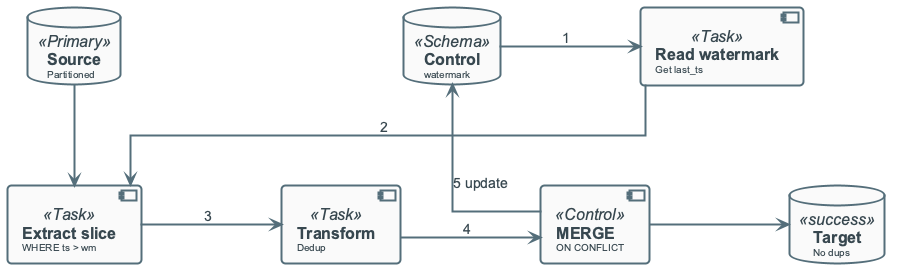
Earlier version of the PlantUML export diagrams/week04/week4_practice_slide18_incremental_rerun.png (OrPerets/data-engineering-course).
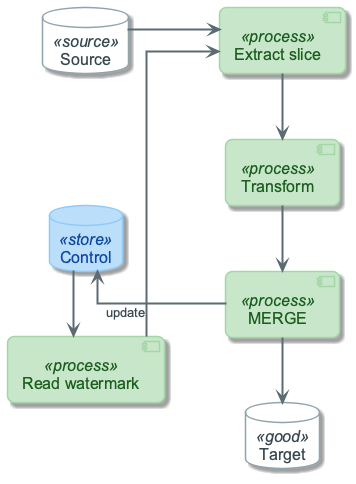
After the commit.

The edit, as a diff of the source:
```diff
@@ -1,29 +1,25 @@
 @startuml
+!include ../_template_styles.puml
+!include _week4_visual_style.puml
 
-!include ../_template_styles.puml
+left to right direction
+skinparam nodesep 65
+skinparam ranksep 55
 
-top to bottom direction
+database "Control" as CTRL <<store>>
+component "Read watermark" as READ <<process>>
+database "Source" as SRC <<source>>
+component "Extract slice" as EXTRACT <<process>>
+component "Transform" as TRANSFORM <<process>>
+component "MERGE" as MERGE <<process>>
+database "Target" as TGT <<good>>
 
-database "**Control**\n<size:10>watermark</size>" as CTRL <<Schema>>
-
-component "**Read watermark**\n<size:10>Get last_ts</size>" as READ <<Task>>
-
-database "**Source**\n<size:10>Partitioned</size>" as SRC <<Primary>>
-
-component "**Extract slice**\n<size:10>WHERE ts > wm</size>" as EXTRACT <<Task>>
-
-component "**Transform**\n<size:10>Dedup</size>" as TRANSFORM <<Task>>
-
-component "**MERGE**\n<size:10>ON CONFLICT</size>" as MERGE <<Control>>
-
-database "**Target**\n<size:10>No dups</size>" as TGT <<success>>
-
-CTRL -right-> READ : "1"
-READ -right-> EXTRACT : "2"
+CTRL -right-> READ
+READ -right-> EXTRACT
 SRC -down-> EXTRACT
-EXTRACT -right-> TRANSFORM : "3"
-TRANSFORM -right-> MERGE : "4"
+EXTRACT -right-> TRANSFORM
+TRANSFORM -right-> MERGE
 MERGE -right-> TGT
-MERGE -down-> CTRL : "5 update"
+MERGE -down-> CTRL : update
 
 @enduml
```
